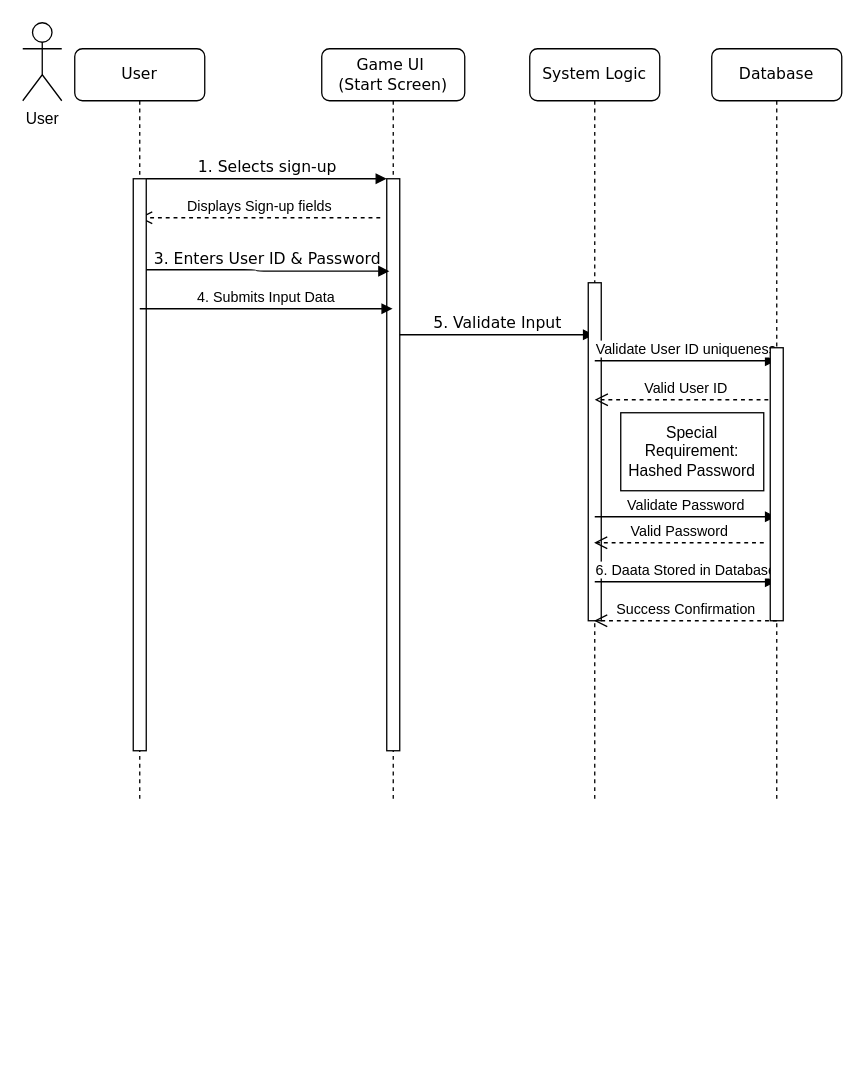
CleymenZero/COMP5541 keeps this draw.io diagram as Untitled Diagram.drawio. Above is the earlier version. Source tidied: cells renumbered, new cells numbered last; positions are measured from the earlier drawing's top-left corner, leaving out a move shared by most shapes. Both pictures are drawn from the tidied source at 130%, with x=0, y=0 at pixel (22, 22).
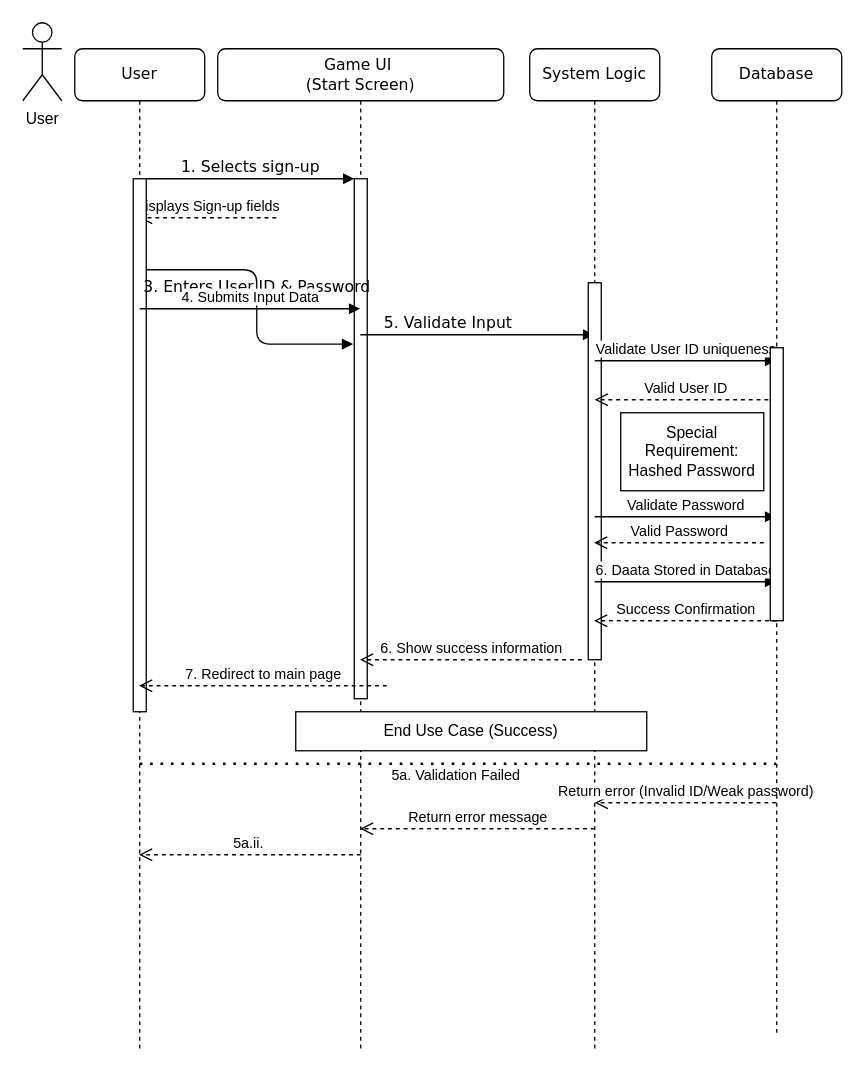
The same page after the edit.

Change to the diagram source:
```diff
@@
     <mxCell id="2" value="Game UI&amp;nbsp;&lt;div&gt;(Start Screen)&lt;/div&gt;" style="shape=umlLifeline;perimeter=lifelinePerimeter;whiteSpace=wrap;html=1;outlineConnect=0;rounded=1;shadow=0;comic=0;labelBackgroundColor=none;strokeWidth=1;fontFamily=Verdana;fontSize=12;align=center;" parent="1" vertex="1">
-      <mxGeometry x="230" y="20" width="110" height="580" as="geometry" />
+      <mxGeometry x="150" y="20" width="220" height="770" as="geometry" />
     </mxCell>
     <mxCell id="3" style="html=1;points=[];perimeter=orthogonalPerimeter;rounded=0;shadow=0;comic=0;labelBackgroundColor=none;strokeWidth=1;fontFamily=Verdana;fontSize=12;align=center;" parent="2" vertex="1">
-      <mxGeometry x="50" y="100" width="10" height="440" as="geometry" />
+      <mxGeometry x="105" y="100" width="10" height="400" as="geometry" />
     </mxCell>
@@
     <mxCell id="5" value="5. Validate Input" style="html=1;verticalAlign=bottom;endArrow=block;labelBackgroundColor=none;fontFamily=Verdana;fontSize=12;edgeStyle=elbowEdgeStyle;elbow=vertical;" parent="2" edge="1" target="6">
       <mxGeometry relative="1" as="geometry">
-        <mxPoint x="60" y="220" as="sourcePoint" />
+        <mxPoint x="145" y="220" as="sourcePoint" />
         <Array as="points">
-          <mxPoint x="80" y="220" />
-          <mxPoint x="100" y="200" />
-          <mxPoint x="60" y="190" />
+          <mxPoint x="105" y="220" />
+          <mxPoint x="125" y="200" />
+          <mxPoint x="85" y="190" />
         </Array>
       </mxGeometry>
     </mxCell>
+    <mxCell id="23" style="endArrow=none;dashed=1;html=1;dashPattern=1 3;strokeWidth=2;rounded=0;" parent="2" edge="1">
+      <mxGeometry relative="1" as="geometry">
+        <mxPoint x="-60" y="550" as="sourcePoint" />
+        <mxPoint x="429.5" y="550" as="targetPoint" />
+        <Array as="points">
+          <mxPoint x="200" y="550" />
+        </Array>
+      </mxGeometry>
+    </mxCell>
+    <mxCell id="24" value="5a. Validation Failed" style="edgeLabel;html=1;align=center;verticalAlign=middle;" parent="23" vertex="1">
+      <mxGeometry x="-0.01" y="-8" relative="1" as="geometry" />
+    </mxCell>
+    <mxCell id="25" value="Return error message" style="html=1;verticalAlign=bottom;endArrow=open;dashed=1;endSize=8;curved=0;rounded=0;" parent="2" edge="1" target="2">
+      <mxGeometry relative="1" as="geometry">
+        <mxPoint x="290" y="600" as="sourcePoint" />
+      </mxGeometry>
+    </mxCell>
+    <mxCell id="26" value="5a.ii.&amp;nbsp;" style="html=1;verticalAlign=bottom;endArrow=open;dashed=1;endSize=8;curved=0;rounded=0;" parent="2" edge="1" target="14">
+      <mxGeometry relative="1" as="geometry">
+        <mxPoint x="110" y="620" as="sourcePoint" />
+      </mxGeometry>
+    </mxCell>
     <mxCell id="6" value="System Logic" style="shape=umlLifeline;perimeter=lifelinePerimeter;whiteSpace=wrap;html=1;outlineConnect=0;rounded=1;shadow=0;comic=0;labelBackgroundColor=none;strokeWidth=1;fontFamily=Verdana;fontSize=12;align=center;" parent="1" vertex="1">
-      <mxGeometry x="390" y="20" width="100" height="580" as="geometry" />
+      <mxGeometry x="390" y="20" width="100" height="770" as="geometry" />
     </mxCell>
     <mxCell id="7" style="html=1;perimeter=orthogonalPerimeter;rounded=0;shadow=0;comic=0;labelBackgroundColor=none;strokeWidth=1;fontFamily=Verdana;fontSize=12;align=center;" parent="6" vertex="1">
-      <mxGeometry x="45" y="180" width="10" height="260" as="geometry" />
+      <mxGeometry x="45" y="180" width="10" height="290" as="geometry" />
     </mxCell>
@@
+    <mxCell id="27" value="End Use Case (Success)" style="rounded=0;whiteSpace=wrap;html=1;" parent="6" vertex="1">
+      <mxGeometry x="-180" y="510" width="270" height="30" as="geometry" />
+    </mxCell>
+    <mxCell id="28" value="Return error (Invalid ID/Weak password)" style="html=1;verticalAlign=bottom;endArrow=open;dashed=1;endSize=8;curved=0;rounded=0;" parent="6" edge="1" source="12">
+      <mxGeometry relative="1" as="geometry">
+        <mxPoint x="50" y="580" as="targetPoint" />
+      </mxGeometry>
+    </mxCell>
     <mxCell id="12" value="Database" style="shape=umlLifeline;perimeter=lifelinePerimeter;whiteSpace=wrap;html=1;outlineConnect=0;rounded=1;shadow=0;comic=0;labelBackgroundColor=none;strokeWidth=1;fontFamily=Verdana;fontSize=12;align=center;" parent="1" vertex="1">
-      <mxGeometry x="530" y="20" width="100" height="580" as="geometry" />
+      <mxGeometry x="530" y="20" width="100" height="760" as="geometry" />
     </mxCell>
@@
     <mxCell id="14" value="User" style="shape=umlLifeline;perimeter=lifelinePerimeter;whiteSpace=wrap;html=1;outlineConnect=0;rounded=1;shadow=0;comic=0;labelBackgroundColor=none;strokeWidth=1;fontFamily=Verdana;fontSize=12;align=center;" parent="1" vertex="1">
-      <mxGeometry x="40" y="20" width="100" height="580" as="geometry" />
+      <mxGeometry x="40" y="20" width="100" height="770" as="geometry" />
     </mxCell>
     <mxCell id="15" style="html=1;points=[];perimeter=orthogonalPerimeter;rounded=0;shadow=0;comic=0;labelBackgroundColor=none;strokeWidth=1;fontFamily=Verdana;fontSize=12;align=center;" parent="14" vertex="1">
-      <mxGeometry x="45" y="100" width="10" height="440" as="geometry" />
+      <mxGeometry x="45" y="100" width="10" height="410" as="geometry" />
     </mxCell>
@@
+    <mxCell id="29" value="6. Show success information" style="html=1;verticalAlign=bottom;endArrow=open;dashed=1;endSize=8;curved=0;rounded=0;" parent="1" edge="1" target="2">
+      <mxGeometry relative="1" as="geometry">
+        <mxPoint x="430" y="490" as="sourcePoint" />
+      </mxGeometry>
+    </mxCell>
+    <mxCell id="30" value="7. Redirect to main page" style="html=1;verticalAlign=bottom;endArrow=open;dashed=1;endSize=8;curved=0;rounded=0;" parent="1" edge="1" target="14">
+      <mxGeometry relative="1" as="geometry">
+        <mxPoint x="280" y="510" as="sourcePoint" />
+      </mxGeometry>
+    </mxCell>
```
